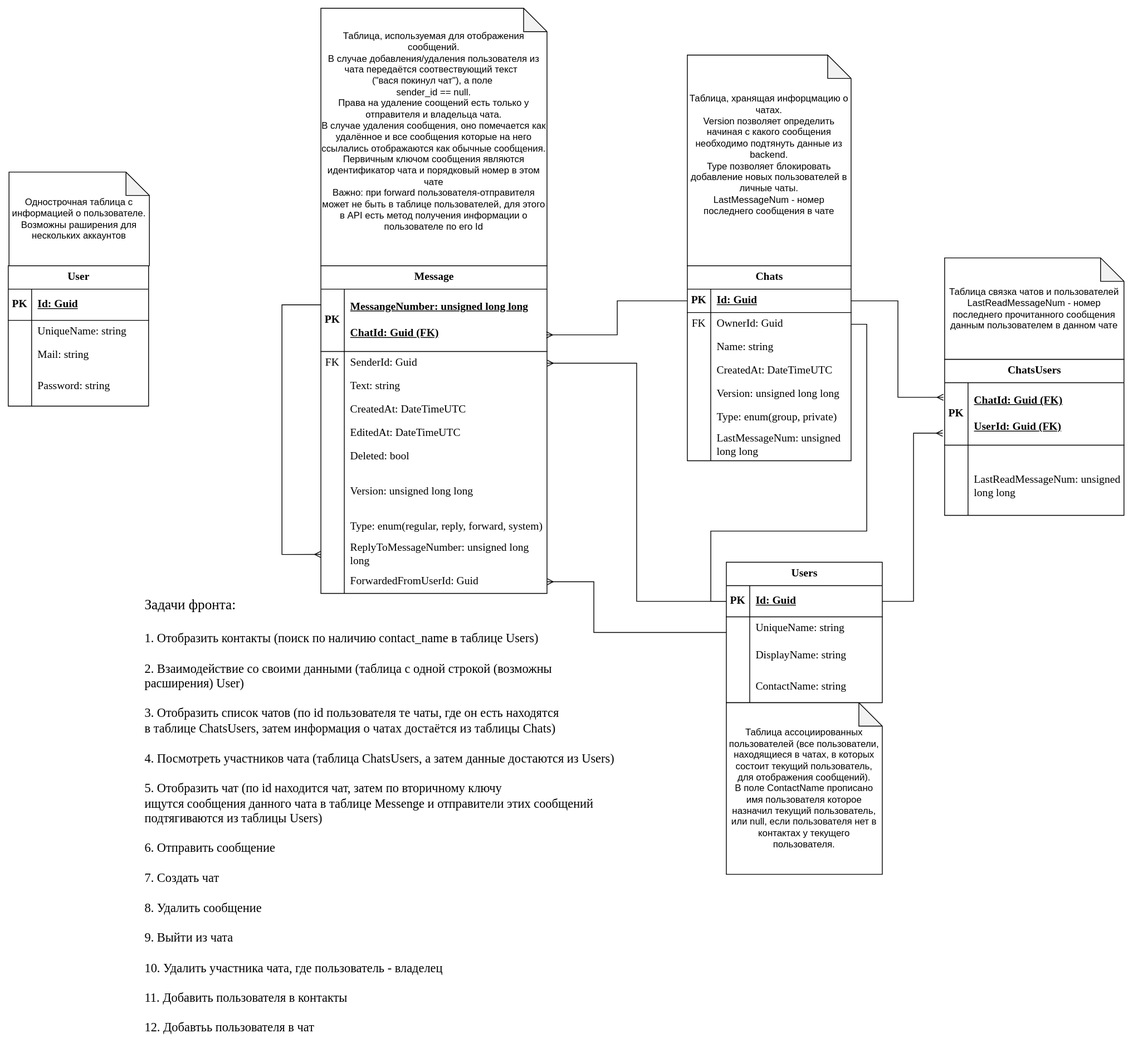
This is docs/front/DB.svg from iuschnic/simple-messenger, a draw.io export, as it was before one commit. Source tidied: cells renumbered, new cells last; positions are measured from the earlier drawing's top-left corner, leaving out a move shared by most shapes.
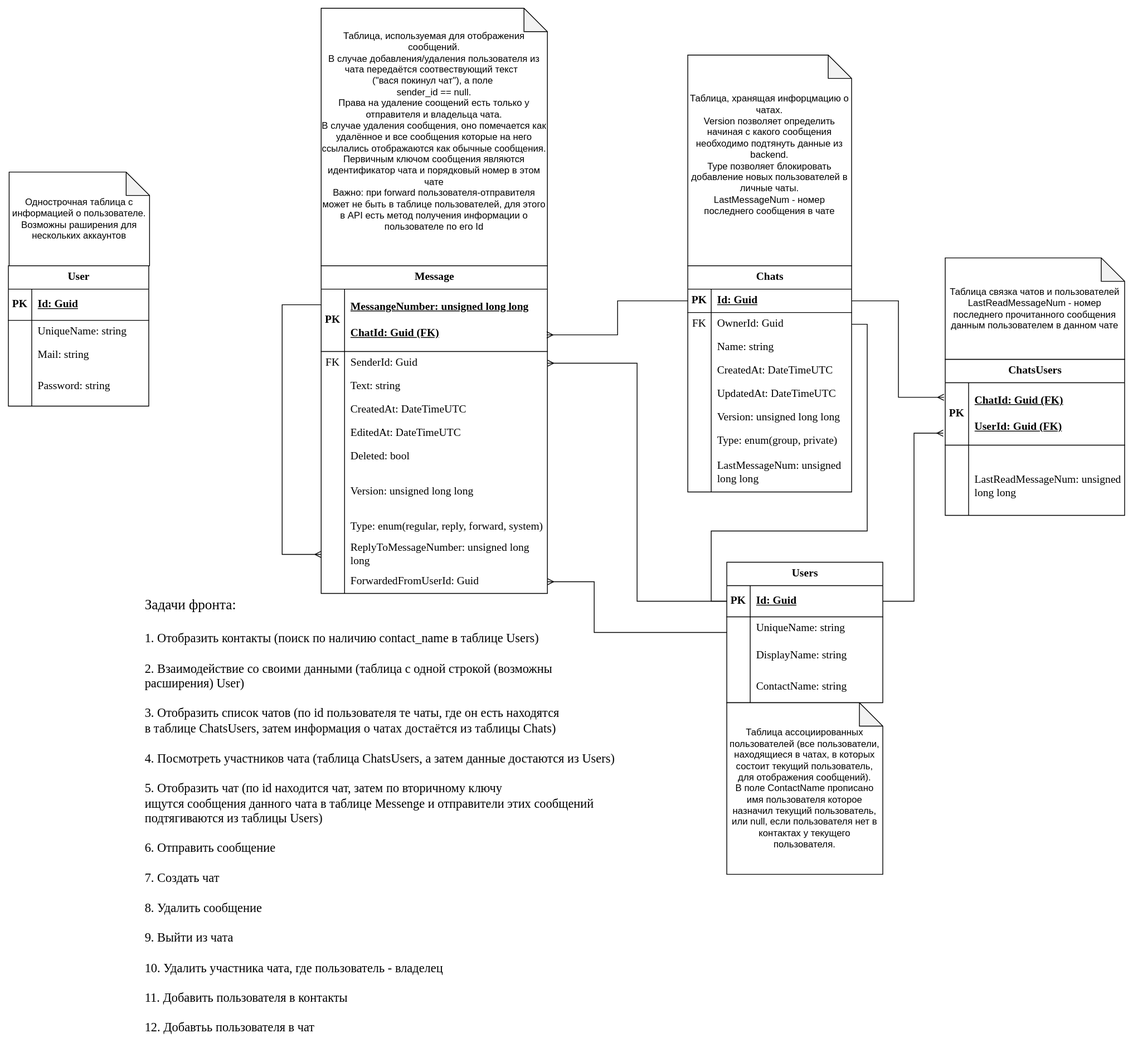
The same diagram one commit later.

Commit message:
Добавила в таблицу чатов дату прихода последнего сообщения

What changed in the source:
```diff
@@ -104,7 +104,7 @@
       </mxGeometry>
     </mxCell>
     <mxCell id="34" value="Chats" style="shape=table;startSize=30;rowLines=0;fontStyle=1;align=center;html=1;fontFamily=Times New Roman;fontSize=14;" parent="1" vertex="1">
-      <mxGeometry x="871" y="330" width="210" height="250" as="geometry" />
+      <mxGeometry x="871" y="330" width="210" height="290" as="geometry" />
     </mxCell>
     <mxCell id="35" style="shape=tableRow;horizontal=0;startSize=0;swimlaneHead=0;swimlaneBody=0;fillColor=none;points=[[0,0.5],[1,0.5]];portConstraint=eastwest;top=0;left=0;right=0;bottom=1;fontFamily=Times New Roman;fontSize=14;" parent="34" vertex="1">
       <mxGeometry y="30" width="210" height="30" as="geometry" />
@@ -142,8 +142,17 @@
     <mxCell id="46" value="CreatedAt: DateTimeUTC" style="shape=partialRectangle;fillColor=none;top=0;left=0;bottom=0;right=0;align=left;spacingLeft=6;overflow=hidden;whiteSpace=wrap;html=1;fontFamily=Times New Roman;fontSize=14;" parent="44" vertex="1">
       <mxGeometry x="30" width="180" height="30" as="geometry" />
     </mxCell>
+    <mxCell id="101" style="shape=tableRow;horizontal=0;startSize=0;swimlaneHead=0;swimlaneBody=0;fillColor=none;top=0;left=0;right=0;bottom=0;fontFamily=Times New Roman;fontSize=14;" parent="34" vertex="1">
+      <mxGeometry y="150" width="210" height="30" as="geometry" />
+    </mxCell>
+    <mxCell id="102" style="shape=partialRectangle;fillColor=none;top=0;left=0;bottom=0;right=0;overflow=hidden;whiteSpace=wrap;html=1;fontFamily=Times New Roman;fontSize=14;" parent="101" vertex="1">
+      <mxGeometry width="30" height="30" as="geometry" />
+    </mxCell>
+    <mxCell id="103" value="UpdatedAt: DateTimeUTC" style="shape=partialRectangle;fillColor=none;top=0;left=0;bottom=0;right=0;align=left;spacingLeft=6;overflow=hidden;whiteSpace=wrap;html=1;fontFamily=Times New Roman;fontSize=14;" parent="101" vertex="1">
+      <mxGeometry x="30" width="180" height="30" as="geometry" />
+    </mxCell>
     <mxCell id="47" style="shape=tableRow;horizontal=0;startSize=0;swimlaneHead=0;swimlaneBody=0;fillColor=none;top=0;left=0;right=0;bottom=0;fontFamily=Times New Roman;fontSize=14;" parent="34" vertex="1">
-      <mxGeometry y="150" width="210" height="30" as="geometry" />
+      <mxGeometry y="180" width="210" height="30" as="geometry" />
     </mxCell>
     <mxCell id="48" style="shape=partialRectangle;fillColor=none;top=0;left=0;bottom=0;right=0;overflow=hidden;whiteSpace=wrap;html=1;fontFamily=Times New Roman;fontSize=14;" parent="47" vertex="1">
       <mxGeometry width="30" height="30" as="geometry" />
@@ -152,7 +161,7 @@
       <mxGeometry x="30" width="180" height="30" as="geometry" />
     </mxCell>
     <mxCell id="50" style="shape=tableRow;horizontal=0;startSize=0;swimlaneHead=0;swimlaneBody=0;fillColor=none;top=0;left=0;right=0;bottom=0;fontFamily=Times New Roman;fontSize=14;" parent="34" vertex="1">
-      <mxGeometry y="180" width="210" height="30" as="geometry" />
+      <mxGeometry y="210" width="210" height="30" as="geometry" />
     </mxCell>
     <mxCell id="51" style="shape=partialRectangle;fillColor=none;top=0;left=0;bottom=0;right=0;overflow=hidden;whiteSpace=wrap;html=1;fontFamily=Times New Roman;fontSize=14;" parent="50" vertex="1">
       <mxGeometry width="30" height="30" as="geometry" />
@@ -161,13 +170,13 @@
       <mxGeometry x="30" width="180" height="30" as="geometry" />
     </mxCell>
     <mxCell id="53" style="shape=tableRow;horizontal=0;startSize=0;swimlaneHead=0;swimlaneBody=0;fillColor=none;top=0;left=0;right=0;bottom=0;fontFamily=Times New Roman;fontSize=14;" parent="34" vertex="1">
-      <mxGeometry y="210" width="210" height="40" as="geometry" />
+      <mxGeometry y="240" width="210" height="50" as="geometry" />
     </mxCell>
     <mxCell id="54" style="shape=partialRectangle;fillColor=none;top=0;left=0;bottom=0;right=0;overflow=hidden;whiteSpace=wrap;html=1;fontFamily=Times New Roman;fontSize=14;" parent="53" vertex="1">
-      <mxGeometry width="30" height="40" as="geometry" />
+      <mxGeometry width="30" height="50" as="geometry" />
     </mxCell>
     <mxCell id="55" value="LastMessageNum: unsigned long long" style="shape=partialRectangle;fillColor=none;top=0;left=0;bottom=0;right=0;align=left;spacingLeft=6;overflow=hidden;whiteSpace=wrap;html=1;fontFamily=Times New Roman;fontSize=14;" parent="53" vertex="1">
-      <mxGeometry x="30" width="180" height="40" as="geometry" />
+      <mxGeometry x="30" width="180" height="50" as="geometry" />
     </mxCell>
     <mxCell id="56" value="Users" style="shape=table;startSize=30;rowLines=0;fontStyle=1;align=center;html=1;fontFamily=Times New Roman;fontSize=14;" parent="1" vertex="1">
       <mxGeometry x="921" y="710" width="200" height="180" as="geometry" />
```
